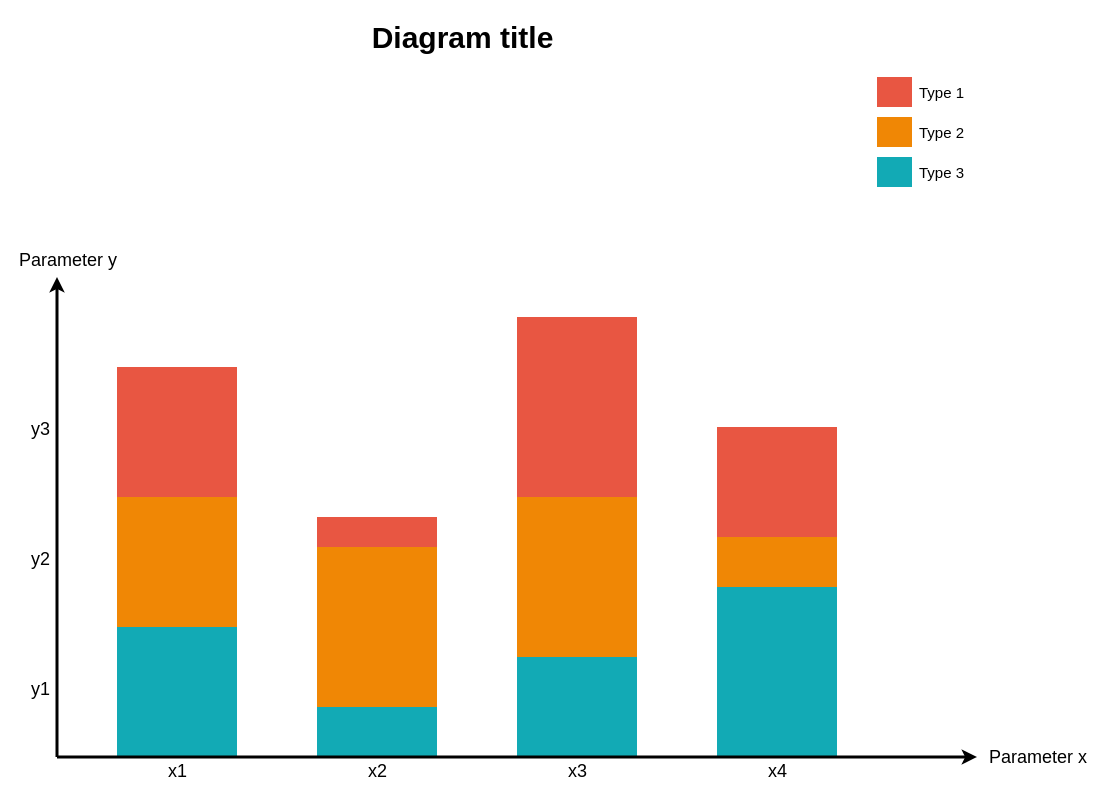
Above: _data/Untitled Diagram.drawio in feather973/feather973.github.io (draw.io), before the change. Source tidied: cells renumbered, new cells numbered last; positions are measured from the earlier drawing's top-left corner, leaving out a move shared by most shapes. Both pictures are drawn from the tidied source at 100%, with x=0, y=0 at pixel (17, 16).
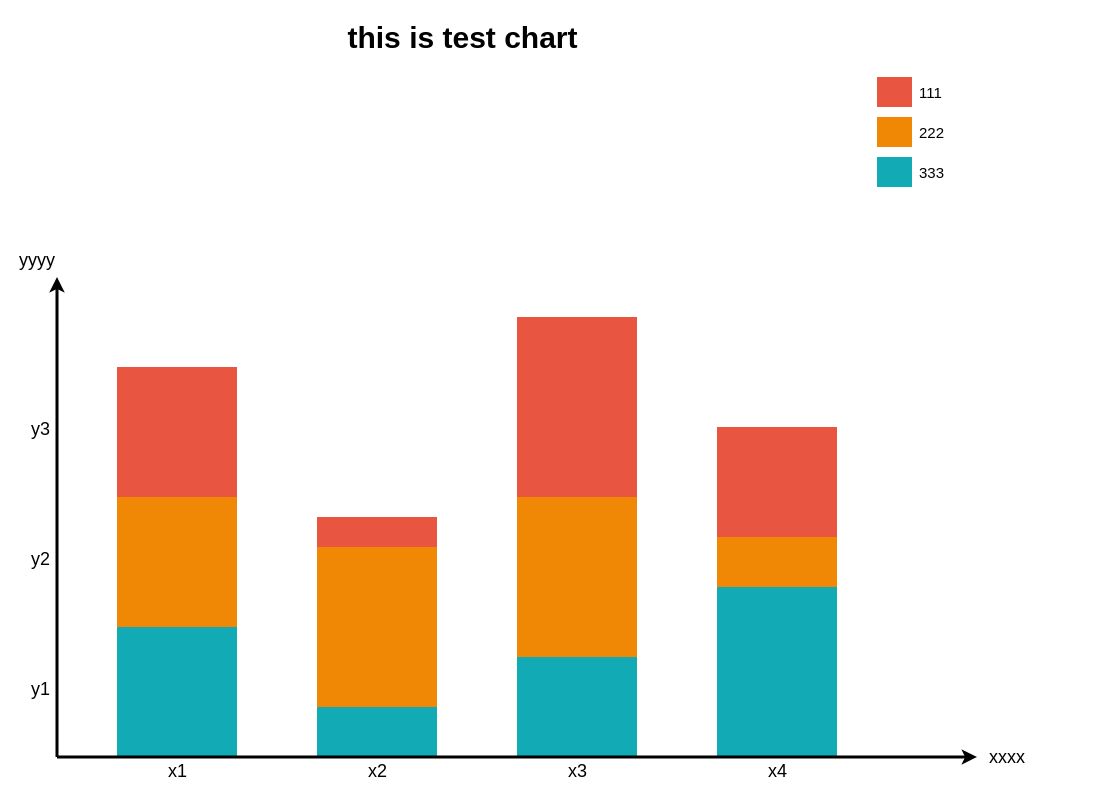
Above is the later version.

Diff of the diagram source:
```diff
@@
-    <mxCell id="14" value="Parameter x" style="text;spacingTop=-5;html=1;fontSize=18;fontStyle=0;strokeColor=none;" parent="1" vertex="1">
+    <mxCell id="14" value="xxxx" style="text;spacingTop=-5;html=1;fontSize=18;fontStyle=0;strokeColor=none;" parent="1" vertex="1">
       <mxGeometry x="969.5" y="728.5" width="80" height="20" as="geometry" />
     </mxCell>
@@
-    <mxCell id="21" value="Type 1" style="text;spacingTop=-5;html=1;fontSize=15;" parent="1" vertex="1">
+    <mxCell id="21" value="111" style="text;spacingTop=-5;html=1;fontSize=15;" parent="1" vertex="1">
       <mxGeometry x="899.5" y="65.5" width="80" height="20" as="geometry" />
     </mxCell>
-    <mxCell id="22" value="Type 2" style="text;spacingTop=-5;html=1;fontSize=15;" parent="1" vertex="1">
+    <mxCell id="22" value="222" style="text;spacingTop=-5;html=1;fontSize=15;" parent="1" vertex="1">
       <mxGeometry x="899.5" y="105.5" width="80" height="20" as="geometry" />
     </mxCell>
-    <mxCell id="23" value="Type 3" style="text;spacingTop=-5;html=1;fontSize=15;" parent="1" vertex="1">
+    <mxCell id="23" value="333" style="text;spacingTop=-5;html=1;fontSize=15;" parent="1" vertex="1">
       <mxGeometry x="899.5" y="145.5" width="80" height="20" as="geometry" />
     </mxCell>
-    <mxCell id="24" value="Parameter y" style="text;spacingTop=-5;html=1;fontSize=18;fontStyle=0;" parent="1" vertex="1">
+    <mxCell id="24" value="yyyy" style="text;spacingTop=-5;html=1;fontSize=18;fontStyle=0;" parent="1" vertex="1">
       <mxGeometry x="-0.5" y="231.5" width="80" height="20" as="geometry" />
     </mxCell>
@@
-    <mxCell id="28" value="&lt;font style=&quot;font-size: 30px;&quot;&gt;Diagram title&lt;/font&gt;" style="text;spacingTop=-5;align=center;verticalAlign=middle;fontSize=30;fontStyle=1;html=1;" parent="1" vertex="1">
+    <mxCell id="28" value="this is test chart" style="text;spacingTop=-5;align=center;verticalAlign=middle;fontSize=30;fontStyle=1;html=1;" parent="1" vertex="1">
       <mxGeometry x="39.5" y="0.5" width="810" height="45" as="geometry" />
     </mxCell>
```
